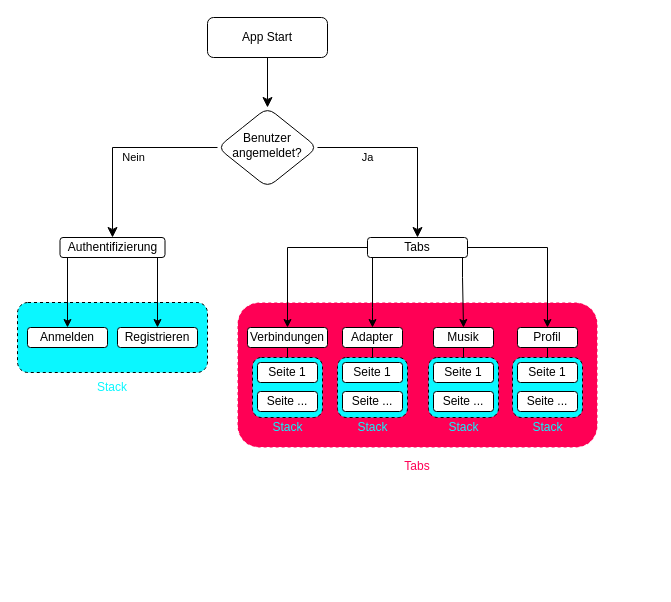
nicolang-dev/DA_Lang-Immler keeps this draw.io diagram as Dokumente/navigationsstuktur_app.drawio. Above is the earlier version. Source tidied: cells renumbered, new cells numbered last; positions are measured from the earlier drawing's top-left corner, leaving out a move shared by most shapes. Both pictures are drawn from the tidied source at 100%, with x=0, y=0 at pixel (17, 17).
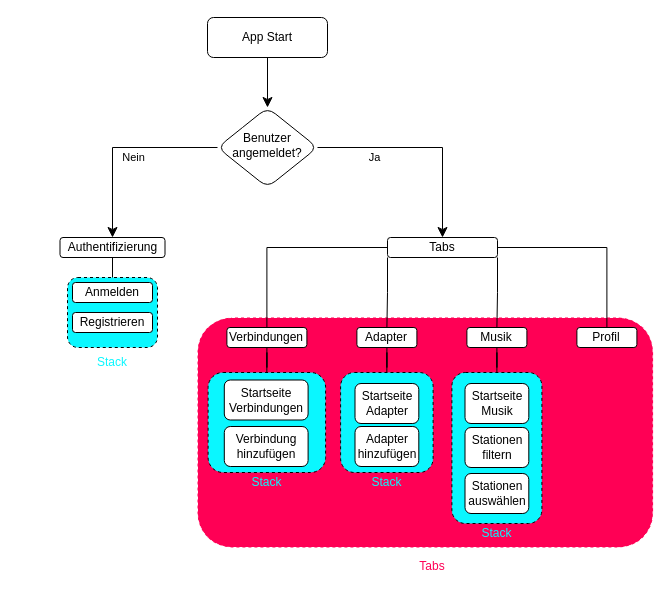
The same page after the edit.

Unchanged cells that the change refers to:
```xml
<mxCell id="17" value="Authentifizierung" style="rounded=1;whiteSpace=wrap;html=1;" parent="1" vertex="1">
  <mxGeometry x="42.5" y="220" width="105" height="20" as="geometry" />
</mxCell>
```

Change to the diagram source:
```diff
@@
     <mxCell id="2" style="rounded=1;whiteSpace=wrap;html=1;fillStyle=auto;strokeColor=#FFFFFF;fillColor=#FF0055;fontStyle=1;dashed=1;" parent="1" vertex="1">
-      <mxGeometry x="220" y="285" width="360" height="145" as="geometry" />
+      <mxGeometry x="180" y="300" width="455.6" height="230" as="geometry" />
     </mxCell>
-    <mxCell id="3" style="rounded=1;whiteSpace=wrap;html=1;dashed=1;fillColor=#0AF7FF;" parent="1" vertex="1">
-      <mxGeometry y="285" width="190" height="70" as="geometry" />
-    </mxCell>
-    <mxCell id="4" value="Stack" style="text;html=1;strokeColor=none;fillColor=none;align=center;verticalAlign=middle;whiteSpace=wrap;rounded=0;fontColor=#0AF7FF;" parent="1" vertex="1">
-      <mxGeometry x="45" y="355" width="100" height="30" as="geometry" />
-    </mxCell>
@@
-    <mxCell id="10" style="edgeStyle=orthogonalEdgeStyle;rounded=0;jettySize=auto;html=1;entryX=0.5;entryY=0;entryDx=0;entryDy=0;" parent="1" edge="1" source="14" target="39">
+    <mxCell id="10" style="edgeStyle=orthogonalEdgeStyle;rounded=0;jettySize=auto;html=1;entryX=0.5;entryY=0;entryDx=0;entryDy=0;endArrow=none;endFill=0;" parent="1" edge="1" source="14" target="39">
       <mxGeometry relative="1" as="geometry" />
     </mxCell>
-    <mxCell id="11" style="edgeStyle=orthogonalEdgeStyle;rounded=0;jettySize=auto;html=1;entryX=0.5;entryY=0;entryDx=0;entryDy=0;" parent="1" edge="1" source="14" target="40">
+    <mxCell id="11" style="edgeStyle=orthogonalEdgeStyle;rounded=0;jettySize=auto;html=1;entryX=0.5;entryY=0;entryDx=0;entryDy=0;endArrow=none;endFill=0;" parent="1" edge="1" source="14" target="40">
       <mxGeometry relative="1" as="geometry">
         <Array as="points">
-          <mxPoint x="355" y="290" />
-          <mxPoint x="355" y="290" />
+          <mxPoint x="370" y="275" />
+          <mxPoint x="369" y="275" />
         </Array>
       </mxGeometry>
     </mxCell>
-    <mxCell id="12" style="edgeStyle=orthogonalEdgeStyle;rounded=0;jettySize=auto;html=1;entryX=0.5;entryY=0;entryDx=0;entryDy=0;" parent="1" edge="1" source="14" target="41">
+    <mxCell id="12" style="edgeStyle=orthogonalEdgeStyle;rounded=0;jettySize=auto;html=1;entryX=0.5;entryY=0;entryDx=0;entryDy=0;endArrow=none;endFill=0;" parent="1" edge="1" source="14" target="41">
       <mxGeometry relative="1" as="geometry">
         <Array as="points">
-          <mxPoint x="445" y="260" />
-          <mxPoint x="445" y="260" />
+          <mxPoint x="480" y="230" />
+          <mxPoint x="480" y="275" />
+          <mxPoint x="479" y="275" />
         </Array>
       </mxGeometry>
     </mxCell>
-    <mxCell id="13" style="edgeStyle=orthogonalEdgeStyle;rounded=0;jettySize=auto;html=1;entryX=0.5;entryY=0;entryDx=0;entryDy=0;" parent="1" edge="1" source="14" target="43">
+    <mxCell id="13" style="edgeStyle=orthogonalEdgeStyle;rounded=0;jettySize=auto;html=1;entryX=0.5;entryY=0;entryDx=0;entryDy=0;endArrow=none;endFill=0;" parent="1" edge="1" source="14" target="43">
       <mxGeometry relative="1" as="geometry" />
     </mxCell>
     <mxCell id="14" value="Tabs" style="rounded=1;whiteSpace=wrap;html=1;" parent="1" vertex="1">
-      <mxGeometry x="350" y="220" width="100" height="20" as="geometry" />
+      <mxGeometry x="370" y="220" width="110" height="20" as="geometry" />
     </mxCell>
-    <mxCell id="15" style="edgeStyle=orthogonalEdgeStyle;rounded=0;jettySize=auto;html=1;entryX=0.5;entryY=0;entryDx=0;entryDy=0;" parent="1" edge="1" source="17" target="21">
-      <mxGeometry relative="1" as="geometry">
-        <Array as="points">
-          <mxPoint x="50" y="230" />
-        </Array>
-      </mxGeometry>
-    </mxCell>
-    <mxCell id="16" style="edgeStyle=orthogonalEdgeStyle;rounded=0;jettySize=auto;html=1;entryX=0.5;entryY=0;entryDx=0;entryDy=0;" parent="1" edge="1" source="17" target="22">
-      <mxGeometry relative="1" as="geometry">
-        <Array as="points">
-          <mxPoint x="140" y="230" />
-        </Array>
-      </mxGeometry>
-    </mxCell>
+    <mxCell id="49" style="edgeStyle=orthogonalEdgeStyle;rounded=0;jettySize=auto;html=1;entryX=0.5;entryY=0;entryDx=0;entryDy=0;endArrow=none;endFill=0;" parent="1" edge="1" source="17" target="3">
+      <mxGeometry relative="1" as="geometry" />
+    </mxCell>
@@
-    <mxCell id="18" style="edgeStyle=orthogonalEdgeStyle;rounded=0;jettySize=auto;html=1;entryX=0.5;entryY=0;entryDx=0;entryDy=0;endArrow=none;endFill=0;" parent="1" edge="1" source="39" target="29">
-      <mxGeometry relative="1" as="geometry" />
-    </mxCell>
-    <mxCell id="19" style="edgeStyle=orthogonalEdgeStyle;rounded=0;jettySize=auto;html=1;entryX=0.5;entryY=0;entryDx=0;entryDy=0;endArrow=none;endFill=0;" parent="1" edge="1" source="40" target="25">
-      <mxGeometry relative="1" as="geometry" />
-    </mxCell>
-    <mxCell id="20" style="edgeStyle=orthogonalEdgeStyle;rounded=0;jettySize=auto;html=1;entryX=0.5;entryY=0;entryDx=0;entryDy=0;endArrow=none;endFill=0;" parent="1" edge="1" source="41" target="34">
-      <mxGeometry relative="1" as="geometry" />
-    </mxCell>
+    <mxCell id="23" value="Tabs" style="text;html=1;strokeColor=none;fillColor=none;align=center;verticalAlign=middle;whiteSpace=wrap;rounded=0;fontColor=#FF0055;" parent="1" vertex="1">
+      <mxGeometry x="370" y="530" width="90" height="37.5" as="geometry" />
+    </mxCell>
+    <mxCell id="50" style="edgeStyle=orthogonalEdgeStyle;rounded=0;jettySize=auto;html=1;entryX=0.5;entryY=0;entryDx=0;entryDy=0;endArrow=none;endFill=0;" parent="1" edge="1" source="39" target="66">
+      <mxGeometry relative="1" as="geometry" />
+    </mxCell>
+    <mxCell id="39" value="Verbindungen" style="rounded=1;whiteSpace=wrap;html=1;" parent="1" vertex="1">
+      <mxGeometry x="209.4" y="310" width="80" height="20" as="geometry" />
+    </mxCell>
+    <mxCell id="51" style="edgeStyle=orthogonalEdgeStyle;rounded=0;jettySize=auto;html=1;entryX=0.5;entryY=0;entryDx=0;entryDy=0;endArrow=none;endFill=0;" parent="1" edge="1" source="40" target="60">
+      <mxGeometry relative="1" as="geometry" />
+    </mxCell>
+    <mxCell id="40" value="Adapter" style="rounded=1;whiteSpace=wrap;html=1;" parent="1" vertex="1">
+      <mxGeometry x="339.4" y="310" width="60" height="20" as="geometry" />
+    </mxCell>
+    <mxCell id="52" style="edgeStyle=orthogonalEdgeStyle;rounded=0;jettySize=auto;html=1;entryX=0.5;entryY=0;entryDx=0;entryDy=0;endArrow=none;endFill=0;" parent="1" edge="1" source="41" target="54">
+      <mxGeometry relative="1" as="geometry" />
+    </mxCell>
+    <mxCell id="41" value="Musik" style="rounded=1;whiteSpace=wrap;html=1;" parent="1" vertex="1">
+      <mxGeometry x="449.4" y="310" width="60" height="20" as="geometry" />
+    </mxCell>
+    <mxCell id="43" value="Profil" style="rounded=1;whiteSpace=wrap;html=1;" parent="1" vertex="1">
+      <mxGeometry x="559.4" y="310" width="60" height="20" as="geometry" />
+    </mxCell>
+    <mxCell id="53" style="group;" parent="1" vertex="1">
+      <mxGeometry x="434.4" y="355" width="90" height="171" as="geometry" />
+    </mxCell>
+    <mxCell id="54" style="rounded=1;whiteSpace=wrap;html=1;dashed=1;fillColor=#0AF7FF;" parent="53" vertex="1">
+      <mxGeometry width="90" height="151" as="geometry" />
+    </mxCell>
+    <mxCell id="55" value="Startseite Musik" style="rounded=1;whiteSpace=wrap;html=1;" parent="53" vertex="1">
+      <mxGeometry x="13.1" y="11" width="63.8" height="40" as="geometry" />
+    </mxCell>
+    <mxCell id="56" value="Stationen filtern" style="rounded=1;whiteSpace=wrap;html=1;" parent="53" vertex="1">
+      <mxGeometry x="13.1" y="55" width="63.8" height="40" as="geometry" />
+    </mxCell>
+    <mxCell id="57" value="Stationen auswählen" style="rounded=1;whiteSpace=wrap;html=1;" parent="53" vertex="1">
+      <mxGeometry x="13.1" y="101" width="63.8" height="40" as="geometry" />
+    </mxCell>
+    <mxCell id="58" value="Stack" style="text;html=1;strokeColor=none;fillColor=none;align=center;verticalAlign=middle;whiteSpace=wrap;rounded=0;fontColor=#0AF7FF;" parent="53" vertex="1">
+      <mxGeometry x="31" y="151" width="29" height="20" as="geometry" />
+    </mxCell>
+    <mxCell id="59" style="group;" parent="1" vertex="1">
+      <mxGeometry x="323.1" y="355" width="92.5" height="120" as="geometry" />
+    </mxCell>
+    <mxCell id="60" style="rounded=1;whiteSpace=wrap;html=1;dashed=1;fillColor=#0AF7FF;" parent="59" vertex="1">
+      <mxGeometry width="92.5" height="100" as="geometry" />
+    </mxCell>
+    <mxCell id="61" value="Startseite Adapter" style="rounded=1;whiteSpace=wrap;html=1;" parent="59" vertex="1">
+      <mxGeometry x="14.4" y="11" width="63.8" height="40" as="geometry" />
+    </mxCell>
+    <mxCell id="62" value="Adapter hinzufügen" style="rounded=1;whiteSpace=wrap;html=1;" parent="59" vertex="1">
+      <mxGeometry x="14.4" y="54" width="63.8" height="40" as="geometry" />
+    </mxCell>
+    <mxCell id="63" value="Stack" style="text;html=1;strokeColor=none;fillColor=none;align=center;verticalAlign=middle;whiteSpace=wrap;rounded=0;fontColor=#0AF7FF;" parent="59" vertex="1">
+      <mxGeometry x="31.8" y="100" width="29" height="20" as="geometry" />
+    </mxCell>
+    <mxCell id="64" style="group;" parent="1" vertex="1">
+      <mxGeometry x="190.6" y="355" width="117.5" height="120" as="geometry" />
+    </mxCell>
+    <mxCell id="65" style="group;" parent="64" vertex="1">
+      <mxGeometry width="117.5" height="100" as="geometry" />
+    </mxCell>
+    <mxCell id="66" style="rounded=1;whiteSpace=wrap;html=1;dashed=1;fillColor=#0AF7FF;" parent="65" vertex="1">
+      <mxGeometry width="117.5" height="100" as="geometry" />
+    </mxCell>
+    <mxCell id="67" value="Startseite Verbindungen" style="rounded=1;whiteSpace=wrap;html=1;" parent="65" vertex="1">
+      <mxGeometry x="16.2" y="7.5" width="83.8" height="40" as="geometry" />
+    </mxCell>
+    <mxCell id="68" value="Verbindung hinzufügen" style="rounded=1;whiteSpace=wrap;html=1;" parent="65" vertex="1">
+      <mxGeometry x="16.2" y="54" width="83.8" height="40" as="geometry" />
+    </mxCell>
+    <mxCell id="69" value="Stack" style="text;html=1;strokeColor=none;fillColor=none;align=center;verticalAlign=middle;whiteSpace=wrap;rounded=0;fontColor=#0AF7FF;" parent="64" vertex="1">
+      <mxGeometry x="44.2" y="100" width="29" height="20" as="geometry" />
+    </mxCell>
+    <mxCell id="70" style="group;" parent="1" vertex="1">
+      <mxGeometry x="45" y="260" width="100" height="100" as="geometry" />
+    </mxCell>
+    <mxCell id="3" style="rounded=1;whiteSpace=wrap;html=1;dashed=1;fillColor=#0AF7FF;" parent="70" vertex="1">
+      <mxGeometry x="5" width="90" height="70" as="geometry" />
+    </mxCell>
+    <mxCell id="4" value="Stack" style="text;html=1;strokeColor=none;fillColor=none;align=center;verticalAlign=middle;whiteSpace=wrap;rounded=0;fontColor=#0AF7FF;" parent="70" vertex="1">
+      <mxGeometry y="70" width="100" height="30" as="geometry" />
+    </mxCell>
-    <mxCell id="21" value="Anmelden" style="rounded=1;whiteSpace=wrap;html=1;" parent="1" vertex="1">
-      <mxGeometry x="10" y="310" width="80" height="20" as="geometry" />
+    <mxCell id="21" value="Anmelden" style="rounded=1;whiteSpace=wrap;html=1;" parent="70" vertex="1">
+      <mxGeometry x="10" y="5" width="80" height="20" as="geometry" />
     </mxCell>
-    <mxCell id="22" value="Registrieren" style="rounded=1;whiteSpace=wrap;html=1;" parent="1" vertex="1">
-      <mxGeometry x="100" y="310" width="80" height="20" as="geometry" />
+    <mxCell id="22" value="Registrieren" style="rounded=1;whiteSpace=wrap;html=1;" parent="70" vertex="1">
+      <mxGeometry x="10" y="35" width="80" height="20" as="geometry" />
     </mxCell>
-    <mxCell id="23" value="Tabs" style="text;html=1;strokeColor=none;fillColor=none;align=center;verticalAlign=middle;whiteSpace=wrap;rounded=0;fontColor=#FF0055;" parent="1" vertex="1">
-      <mxGeometry x="355" y="430" width="90" height="37.5" as="geometry" />
-    </mxCell>
-    <mxCell id="24" style="group;rounded=1;" parent="1" vertex="1">
-      <mxGeometry x="320" y="340" width="70" height="60" as="geometry" />
-    </mxCell>
-    <mxCell id="25" style="rounded=1;whiteSpace=wrap;html=1;dashed=1;fillColor=#0AF7FF;" parent="24" vertex="1">
-      <mxGeometry width="70" height="60" as="geometry" />
-    </mxCell>
-    <mxCell id="26" value="Seite 1" style="rounded=1;whiteSpace=wrap;html=1;" parent="24" vertex="1">
-      <mxGeometry x="5" y="5" width="60" height="20" as="geometry" />
-    </mxCell>
-    <mxCell id="27" value="Seite ..." style="rounded=1;whiteSpace=wrap;html=1;" parent="24" vertex="1">
-      <mxGeometry x="5" y="34" width="60" height="20" as="geometry" />
-    </mxCell>
-    <mxCell id="28" style="group;rounded=1;rotation=90;" parent="1" vertex="1">
-      <mxGeometry x="235" y="340" width="70" height="80" as="geometry" />
-    </mxCell>
-    <mxCell id="29" style="rounded=1;whiteSpace=wrap;html=1;dashed=1;fillColor=#0AF7FF;" parent="28" vertex="1">
-      <mxGeometry width="70" height="60" as="geometry" />
-    </mxCell>
-    <mxCell id="30" value="Seite 1" style="rounded=1;whiteSpace=wrap;html=1;" parent="28" vertex="1">
-      <mxGeometry x="5" y="5" width="60" height="20" as="geometry" />
-    </mxCell>
-    <mxCell id="31" value="Seite ..." style="rounded=1;whiteSpace=wrap;html=1;" parent="28" vertex="1">
-      <mxGeometry x="5" y="34" width="60" height="20" as="geometry" />
-    </mxCell>
-    <mxCell id="32" value="Stack" style="text;html=1;strokeColor=none;fillColor=none;align=center;verticalAlign=middle;whiteSpace=wrap;rounded=0;fontColor=#0AF7FF;" parent="28" vertex="1">
-      <mxGeometry x="20.5" y="60" width="29" height="20" as="geometry" />
-    </mxCell>
-    <mxCell id="33" style="group;rounded=1;" parent="1" vertex="1">
-      <mxGeometry x="411" y="340" width="70" height="60" as="geometry" />
-    </mxCell>
-    <mxCell id="34" style="rounded=1;whiteSpace=wrap;html=1;dashed=1;fillColor=#0AF7FF;" parent="33" vertex="1">
-      <mxGeometry width="70" height="60" as="geometry" />
-    </mxCell>
-    <mxCell id="35" value="Seite 1" style="rounded=1;whiteSpace=wrap;html=1;" parent="33" vertex="1">
-      <mxGeometry x="5" y="5" width="60" height="20" as="geometry" />
-    </mxCell>
-    <mxCell id="36" value="Seite ..." style="rounded=1;whiteSpace=wrap;html=1;" parent="33" vertex="1">
-      <mxGeometry x="5" y="34" width="60" height="20" as="geometry" />
-    </mxCell>
-    <mxCell id="37" value="Stack" style="text;html=1;strokeColor=none;fillColor=none;align=center;verticalAlign=middle;whiteSpace=wrap;rounded=0;fontColor=#0AF7FF;" parent="1" vertex="1">
-      <mxGeometry x="431.5" y="400" width="29" height="20" as="geometry" />
-    </mxCell>
-    <mxCell id="38" value="Stack" style="text;html=1;strokeColor=none;fillColor=none;align=center;verticalAlign=middle;whiteSpace=wrap;rounded=0;fontColor=#0AF7FF;" parent="1" vertex="1">
-      <mxGeometry x="340.5" y="400" width="29" height="20" as="geometry" />
-    </mxCell>
-    <mxCell id="39" value="Verbindungen" style="rounded=1;whiteSpace=wrap;html=1;" parent="1" vertex="1">
-      <mxGeometry x="230" y="310" width="80" height="20" as="geometry" />
-    </mxCell>
-    <mxCell id="40" value="Adapter" style="rounded=1;whiteSpace=wrap;html=1;" parent="1" vertex="1">
-      <mxGeometry x="325" y="310" width="60" height="20" as="geometry" />
-    </mxCell>
-    <mxCell id="41" value="Musik" style="rounded=1;whiteSpace=wrap;html=1;" parent="1" vertex="1">
-      <mxGeometry x="416" y="310" width="60" height="20" as="geometry" />
-    </mxCell>
-    <mxCell id="42" style="edgeStyle=orthogonalEdgeStyle;rounded=0;jettySize=auto;html=1;entryX=0.5;entryY=0;entryDx=0;entryDy=0;endArrow=none;endFill=0;" parent="1" edge="1" source="43" target="45">
-      <mxGeometry relative="1" as="geometry" />
-    </mxCell>
-    <mxCell id="43" value="Profil" style="rounded=1;whiteSpace=wrap;html=1;" parent="1" vertex="1">
-      <mxGeometry x="500" y="310" width="60" height="20" as="geometry" />
-    </mxCell>
-    <mxCell id="44" style="group;rounded=1;" parent="1" vertex="1">
-      <mxGeometry x="495" y="340" width="70" height="60" as="geometry" />
-    </mxCell>
-    <mxCell id="45" style="rounded=1;whiteSpace=wrap;html=1;dashed=1;fillColor=#0AF7FF;" parent="44" vertex="1">
-      <mxGeometry width="70" height="60" as="geometry" />
-    </mxCell>
-    <mxCell id="46" value="Seite 1" style="rounded=1;whiteSpace=wrap;html=1;" parent="44" vertex="1">
-      <mxGeometry x="5" y="5" width="60" height="20" as="geometry" />
-    </mxCell>
-    <mxCell id="47" value="Seite ..." style="rounded=1;whiteSpace=wrap;html=1;" parent="44" vertex="1">
-      <mxGeometry x="5" y="34" width="60" height="20" as="geometry" />
-    </mxCell>
-    <mxCell id="48" value="Stack" style="text;html=1;strokeColor=none;fillColor=none;align=center;verticalAlign=middle;whiteSpace=wrap;rounded=0;fontColor=#0AF7FF;" parent="1" vertex="1">
-      <mxGeometry x="515.5" y="400" width="29" height="20" as="geometry" />
-    </mxCell>
```
